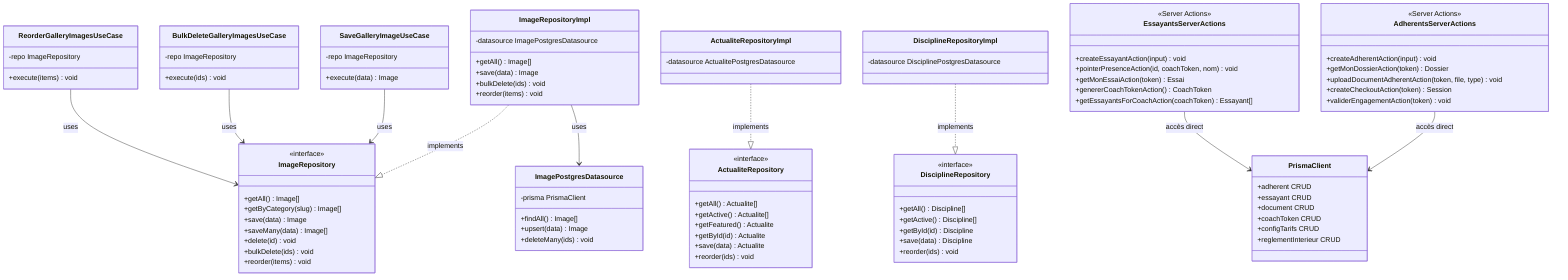
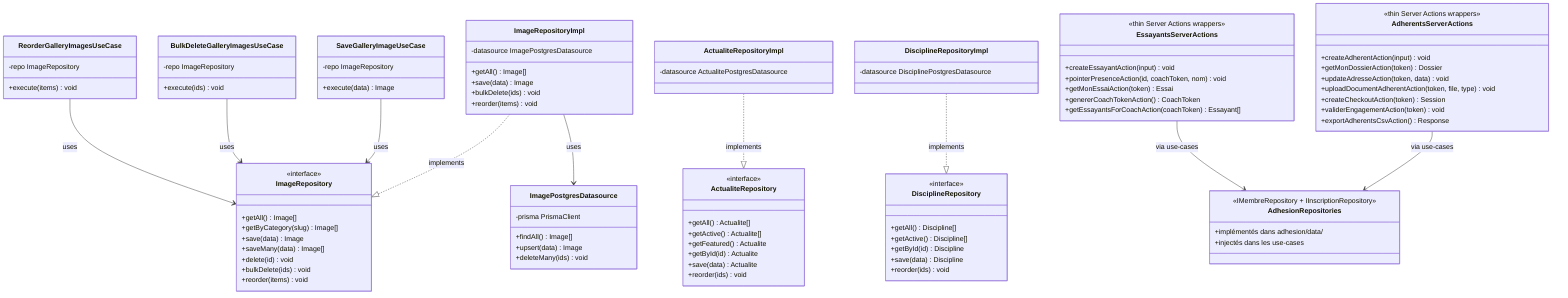
```mermaid
classDiagram
  direction TB

  %% ── Pattern Clean Architecture (gallery · actualites · disciplines) ──

  class ImageRepository {
    <<interface>>
    +getAll() Image[]
    +getByCategory(slug) Image[]
    +save(data) Image
    +saveMany(data) Image[]
    +delete(id) void
    +bulkDelete(ids) void
    +reorder(items) void
  }

  class ImageRepositoryImpl {
    -datasource ImagePostgresDatasource
    +getAll() Image[]
    +save(data) Image
    +bulkDelete(ids) void
    +reorder(items) void
  }

  class ImagePostgresDatasource {
    -prisma PrismaClient
    +findAll() Image[]
    +upsert(data) Image
    +deleteMany(ids) void
  }

  class ActualiteRepository {
    <<interface>>
    +getAll() Actualite[]
    +getActive() Actualite[]
    +getFeatured() Actualite
    +getById(id) Actualite
    +save(data) Actualite
    +reorder(ids) void
  }

  class ActualiteRepositoryImpl {
    -datasource ActualitePostgresDatasource
  }

  class DisciplineRepository {
    <<interface>>
    +getAll() Discipline[]
    +getActive() Discipline[]
    +getById(id) Discipline
    +save(data) Discipline
    +reorder(ids) void
  }

  class DisciplineRepositoryImpl {
    -datasource DisciplinePostgresDatasource
  }

  ImageRepositoryImpl ..|> ImageRepository : implements
  ImageRepositoryImpl --> ImagePostgresDatasource : uses
  ActualiteRepositoryImpl ..|> ActualiteRepository : implements
  DisciplineRepositoryImpl ..|> DisciplineRepository : implements

  %% ── Use Cases (exemple gallery) ──

  class SaveGalleryImageUseCase {
    -repo ImageRepository
    +execute(data) Image
  }

  class BulkDeleteGalleryImagesUseCase {
    -repo ImageRepository
    +execute(ids) void
  }

  class ReorderGalleryImagesUseCase {
    -repo ImageRepository
    +execute(items) void
  }

  SaveGalleryImageUseCase --> ImageRepository : uses
  BulkDeleteGalleryImagesUseCase --> ImageRepository : uses
  ReorderGalleryImagesUseCase --> ImageRepository : uses

-   %% ── Pattern direct SA + Prisma (adherents · essayants) ──
+   %% ── Pattern DDD v2 : thin SA → use-case → IRepository (adherents · essayants) ──

  class AdherentsServerActions {
-     <<Server Actions>>
+     <<thin Server Actions wrappers>>
    +createAdherentAction(input) void
    +getMonDossierAction(token) Dossier
+     +updateAdresseAction(token, data) void
    +uploadDocumentAdherentAction(token, file, type) void
    +createCheckoutAction(token) Session
    +validerEngagementAction(token) void
+     +exportAdherentsCsvAction() Response
  }

  class EssayantsServerActions {
-     <<Server Actions>>
+     <<thin Server Actions wrappers>>
    +createEssayantAction(input) void
    +pointerPresenceAction(id, coachToken, nom) void
    +getMonEssaiAction(token) Essai
    +genererCoachTokenAction() CoachToken
    +getEssayantsForCoachAction(coachToken) Essayant[]
  }

-   class PrismaClient {
-     +adherent CRUD
-     +essayant CRUD
-     +document CRUD
-     +coachToken CRUD
-     +configTarifs CRUD
-     +reglementInterieur CRUD
+   class AdhesionRepositories {
+     <<IMembreRepository + IInscriptionRepository>>
+     +implémentés dans adhesion/data/
+     +injectés dans les use-cases
  }

-   AdherentsServerActions --> PrismaClient : accès direct
-   EssayantsServerActions --> PrismaClient : accès direct
+   AdherentsServerActions --> AdhesionRepositories : via use-cases
+   EssayantsServerActions --> AdhesionRepositories : via use-cases
```
